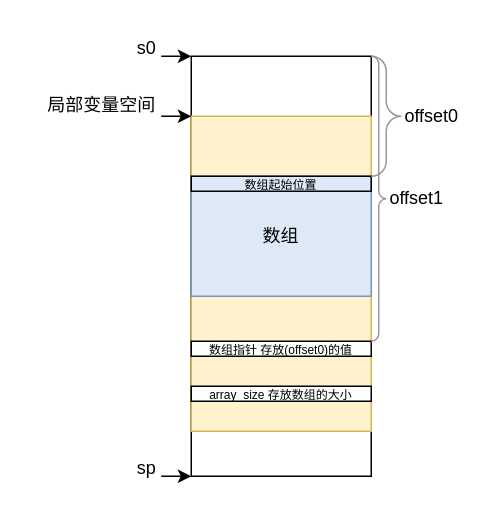
The draw.io diagram drawio/lab3 store load.drawio in Naputao/Compiler-Docs, before the edit. Source tidied: cells renumbered, new cells numbered last; positions are measured from the earlier drawing's top-left corner, leaving out a move shared by most shapes. Both pictures are drawn from the tidied source at 150%, with x=0, y=0 at pixel (26, 26).
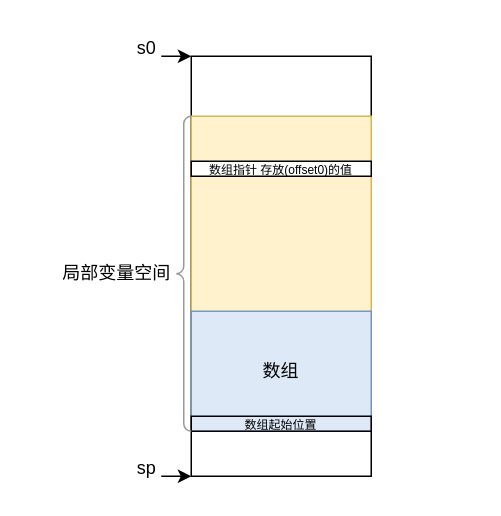
The same page after the edit.

Diff of the diagram source:
```diff
@@
-    <mxCell id="8" style="endArrow=classic;html=1;rounded=0;" parent="1" edge="1">
-      <mxGeometry relative="1" as="geometry">
-        <mxPoint x="90" y="60" as="sourcePoint" />
-        <mxPoint x="110" y="60" as="targetPoint" />
-      </mxGeometry>
-    </mxCell>
     <mxCell id="9" value="局部变量空间" style="text;html=1;align=center;verticalAlign=middle;strokeColor=none;fillColor=none;" parent="1" vertex="1">
-      <mxGeometry y="38" width="100" height="30" as="geometry" />
+      <mxGeometry x="10" y="150" width="100" height="30" as="geometry" />
     </mxCell>
     <mxCell id="10" value="数组" style="rounded=0;whiteSpace=wrap;html=1;fillColor=#dae8fc;strokeColor=#6c8ebf;opacity=90;" parent="1" vertex="1">
-      <mxGeometry x="110" y="100" width="120" height="80" as="geometry" />
+      <mxGeometry x="110" y="190" width="120" height="80" as="geometry" />
     </mxCell>
     <mxCell id="11" value="&lt;font style=&quot;font-size: 8px;&quot;&gt;数组起始位置&lt;/font&gt;" style="rounded=0;whiteSpace=wrap;html=1;fillColor=none;" parent="1" vertex="1">
-      <mxGeometry x="110" y="100" width="120" height="10" as="geometry" />
+      <mxGeometry x="110" y="260" width="120" height="10" as="geometry" />
     </mxCell>
-    <mxCell id="12" style="labelPosition=right;align=left;strokeWidth=1;shape=mxgraph.mockup.markup.curlyBrace;html=1;shadow=0;dashed=0;strokeColor=#999999;direction=north;rotation=-180;" parent="1" vertex="1">
-      <mxGeometry x="230" y="20" width="20" height="80" as="geometry" />
-    </mxCell>
-    <mxCell id="13" value="offset0" style="text;html=1;align=center;verticalAlign=middle;strokeColor=none;fillColor=none;" parent="1" vertex="1">
-      <mxGeometry x="240" y="45" width="60" height="30" as="geometry" />
-    </mxCell>
     <mxCell id="14" value="&lt;font style=&quot;font-size: 8px;&quot;&gt;数组指针 存放(offset0)的值&lt;/font&gt;" style="rounded=0;whiteSpace=wrap;html=1;" parent="1" vertex="1">
-      <mxGeometry x="110" y="210" width="120" height="10" as="geometry" />
+      <mxGeometry x="110" y="90" width="120" height="10" as="geometry" />
     </mxCell>
-    <mxCell id="15" style="labelPosition=right;align=left;strokeWidth=1;shape=mxgraph.mockup.markup.curlyBrace;html=1;shadow=0;dashed=0;strokeColor=#999999;direction=north;rotation=-180;" parent="1" vertex="1">
-      <mxGeometry x="230" y="20" width="10" height="190" as="geometry" />
-    </mxCell>
-    <mxCell id="16" value="offset1" style="text;html=1;align=center;verticalAlign=middle;strokeColor=none;fillColor=none;" parent="1" vertex="1">
-      <mxGeometry x="230" y="100" width="60" height="30" as="geometry" />
-    </mxCell>
-    <mxCell id="17" value="&lt;span style=&quot;font-size: 8px;&quot;&gt;array_size 存放数组的大小&lt;/span&gt;" style="rounded=0;whiteSpace=wrap;html=1;" parent="1" vertex="1">
-      <mxGeometry x="110" y="240" width="120" height="10" as="geometry" />
-    </mxCell>
+    <mxCell id="18" style="labelPosition=right;align=left;strokeWidth=1;shape=mxgraph.mockup.markup.curlyBrace;html=1;shadow=0;dashed=0;strokeColor=#999999;direction=north;rotation=0;" parent="1" vertex="1">
+      <mxGeometry x="100" y="60" width="10" height="210" as="geometry" />
+    </mxCell>
```
